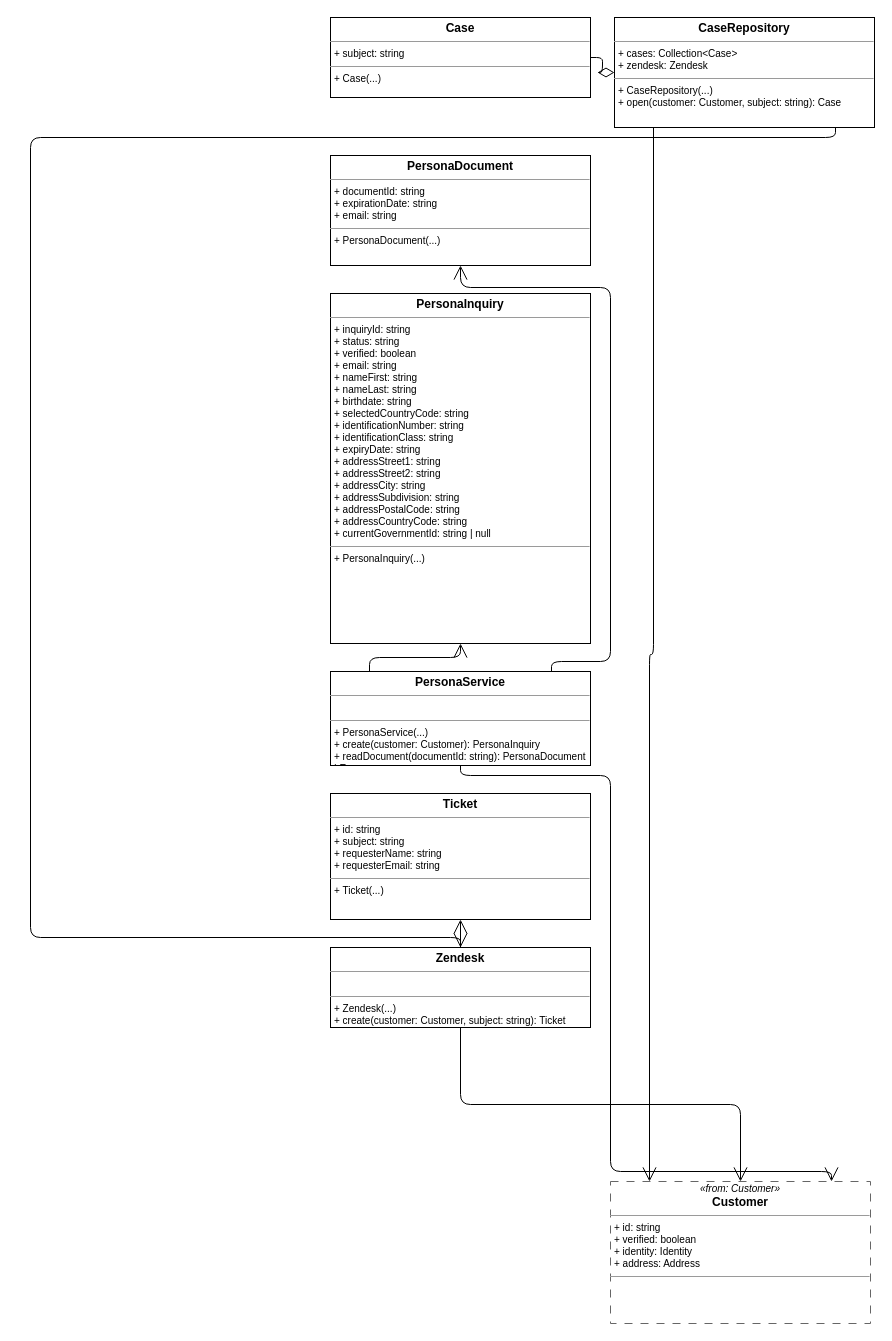
Above: practices/clean_engineering/model/.examples/actual/from-drawio/to-drawio/care/care.drawio in abd-works/abd-context-driven-delivery (draw.io), before the change. Source tidied: cells renumbered, new cells numbered last; positions are measured from the earlier drawing's top-left corner, leaving out a move shared by most shapes. Both pictures are drawn from the tidied source at 100%, with x=0, y=0 at pixel (30, 17).
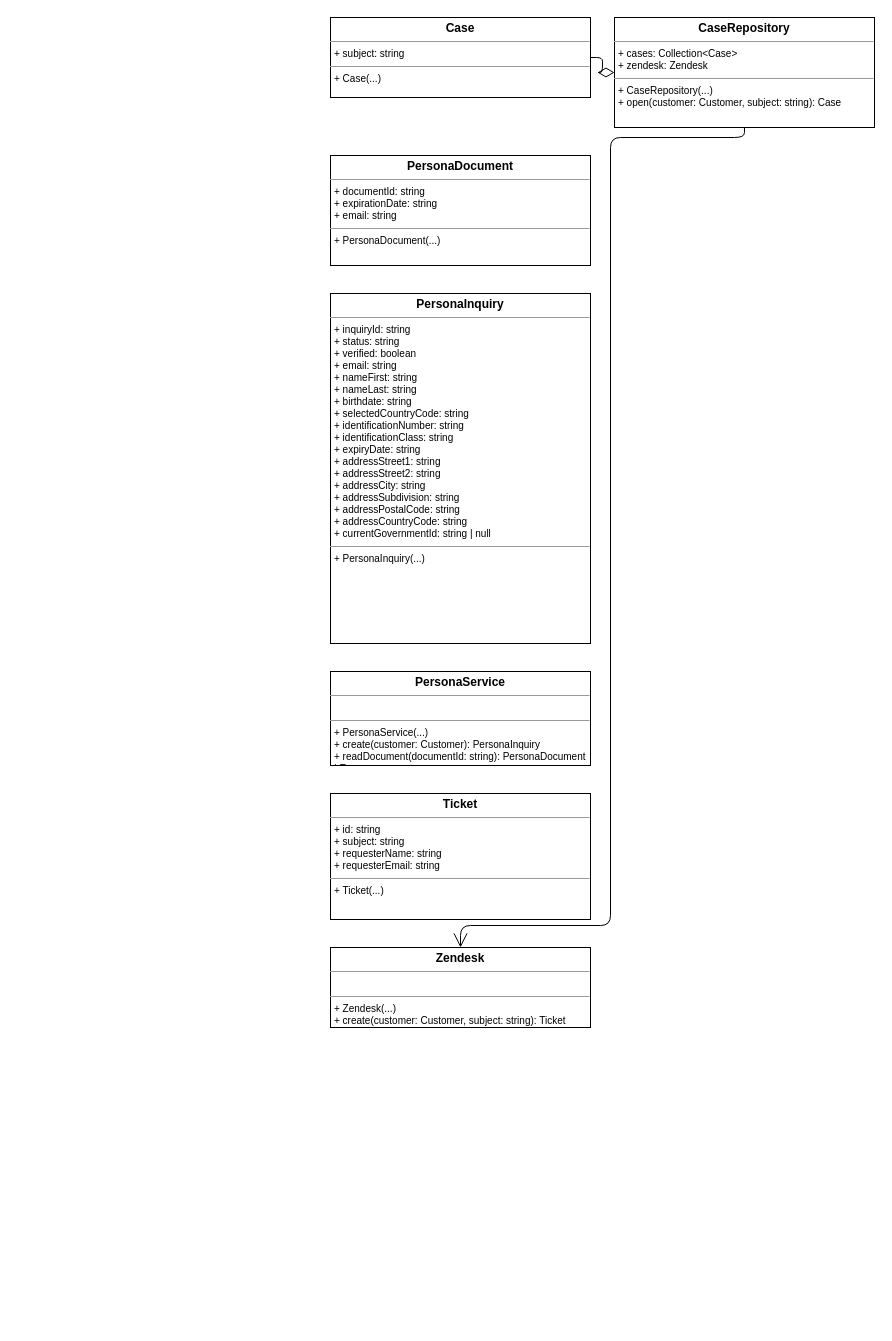
After the change.

The change refers to these unchanged cells:
```xml
<mxCell id="4" value="&lt;p style=&quot;margin:0px;margin-top:4px;text-align:center;&quot;&gt;&lt;b&gt;CaseRepository&lt;/b&gt;&lt;/p&gt;&lt;hr size=&quot;1&quot;/&gt;&lt;p style=&quot;margin:0px;margin-left:4px;font-size:10px;&quot;&gt;+ cases: Collection&amp;lt;Case&amp;gt;&lt;br/&gt;+ zendesk: Zendesk&lt;br/&gt;&lt;/p&gt;&lt;hr size=&quot;1&quot;/&gt;&lt;p style=&quot;margin:0px;margin-left:4px;font-size:10px;&quot;&gt;+ CaseRepository(...)&lt;br/&gt;+ open(customer: Customer, subject: string): Case&lt;br/&gt;&lt;/p&gt;" style="verticalAlign=top;align=left;overflow=fill;fontSize=12;fontFamily=Helvetica;html=1;whiteSpace=wrap;" parent="1" vertex="1">
  <mxGeometry x="584" width="260" height="110" as="geometry" />
</mxCell>
<mxCell id="5" value="&lt;p style=&quot;margin:0px;margin-top:4px;text-align:center;&quot;&gt;&lt;b&gt;Ticket&lt;/b&gt;&lt;/p&gt;&lt;hr size=&quot;1&quot;/&gt;&lt;p style=&quot;margin:0px;margin-left:4px;font-size:10px;&quot;&gt;+ id: string&lt;br/&gt;+ subject: string&lt;br/&gt;+ requesterName: string&lt;br/&gt;+ requesterEmail: string&lt;br/&gt;&lt;/p&gt;&lt;hr size=&quot;1&quot;/&gt;&lt;p style=&quot;margin:0px;margin-left:4px;font-size:10px;&quot;&gt;+ Ticket(...)&lt;br/&gt;&lt;/p&gt;" style="verticalAlign=top;align=left;overflow=fill;fontSize=12;fontFamily=Helvetica;html=1;whiteSpace=wrap;" parent="1" vertex="1">
  <mxGeometry x="300" y="776" width="260" height="126" as="geometry" />
</mxCell>
<mxCell id="6" value="&lt;p style=&quot;margin:0px;margin-top:4px;text-align:center;&quot;&gt;&lt;b&gt;Zendesk&lt;/b&gt;&lt;/p&gt;&lt;hr size=&quot;1&quot;/&gt;&lt;p style=&quot;margin:0px;margin-left:4px;font-size:10px;&quot;&gt;&lt;br/&gt;&lt;/p&gt;&lt;hr size=&quot;1&quot;/&gt;&lt;p style=&quot;margin:0px;margin-left:4px;font-size:10px;&quot;&gt;+ Zendesk(...)&lt;br/&gt;+ create(customer: Customer, subject: string): Ticket&lt;br/&gt;&lt;/p&gt;" style="verticalAlign=top;align=left;overflow=fill;fontSize=12;fontFamily=Helvetica;html=1;whiteSpace=wrap;" parent="1" vertex="1">
  <mxGeometry x="300" y="930" width="260" height="80" as="geometry" />
</mxCell>
<mxCell id="7" value="&lt;p style=&quot;margin:0px;margin-top:4px;text-align:center;&quot;&gt;&lt;b&gt;PersonaInquiry&lt;/b&gt;&lt;/p&gt;&lt;hr size=&quot;1&quot;/&gt;&lt;p style=&quot;margin:0px;margin-left:4px;font-size:10px;&quot;&gt;+ inquiryId: string&lt;br/&gt;+ status: string&lt;br/&gt;+ verified: boolean&lt;br/&gt;+ email: string&lt;br/&gt;+ nameFirst: string&lt;br/&gt;+ nameLast: string&lt;br/&gt;+ birthdate: string&lt;br/&gt;+ selectedCountryCode: string&lt;br/&gt;+ identificationNumber: string&lt;br/&gt;+ identificationClass: string&lt;br/&gt;+ expiryDate: string&lt;br/&gt;+ addressStreet1: string&lt;br/&gt;+ addressStreet2: string&lt;br/&gt;+ addressCity: string&lt;br/&gt;+ addressSubdivision: string&lt;br/&gt;+ addressPostalCode: string&lt;br/&gt;+ addressCountryCode: string&lt;br/&gt;+ currentGovernmentId: string | null&lt;br/&gt;&lt;/p&gt;&lt;hr size=&quot;1&quot;/&gt;&lt;p style=&quot;margin:0px;margin-left:4px;font-size:10px;&quot;&gt;+ PersonaInquiry(...)&lt;br/&gt;&lt;/p&gt;" style="verticalAlign=top;align=left;overflow=fill;fontSize=12;fontFamily=Helvetica;html=1;whiteSpace=wrap;" parent="1" vertex="1">
  <mxGeometry x="300" y="276" width="260" height="350" as="geometry" />
</mxCell>
<mxCell id="8" value="&lt;p style=&quot;margin:0px;margin-top:4px;text-align:center;&quot;&gt;&lt;b&gt;PersonaDocument&lt;/b&gt;&lt;/p&gt;&lt;hr size=&quot;1&quot;/&gt;&lt;p style=&quot;margin:0px;margin-left:4px;font-size:10px;&quot;&gt;+ documentId: string&lt;br/&gt;+ expirationDate: string&lt;br/&gt;+ email: string&lt;br/&gt;&lt;/p&gt;&lt;hr size=&quot;1&quot;/&gt;&lt;p style=&quot;margin:0px;margin-left:4px;font-size:10px;&quot;&gt;+ PersonaDocument(...)&lt;br/&gt;&lt;/p&gt;" style="verticalAlign=top;align=left;overflow=fill;fontSize=12;fontFamily=Helvetica;html=1;whiteSpace=wrap;" parent="1" vertex="1">
  <mxGeometry x="300" y="138" width="260" height="110" as="geometry" />
</mxCell>
<mxCell id="9" value="&lt;p style=&quot;margin:0px;margin-top:4px;text-align:center;&quot;&gt;&lt;b&gt;PersonaService&lt;/b&gt;&lt;/p&gt;&lt;hr size=&quot;1&quot;/&gt;&lt;p style=&quot;margin:0px;margin-left:4px;font-size:10px;&quot;&gt;&lt;br/&gt;&lt;/p&gt;&lt;hr size=&quot;1&quot;/&gt;&lt;p style=&quot;margin:0px;margin-left:4px;font-size:10px;&quot;&gt;+ PersonaService(...)&lt;br/&gt;+ create(customer: Customer): PersonaInquiry&lt;br/&gt;+ readDocument(documentId: string): PersonaDocument | Error&lt;br/&gt;&lt;/p&gt;" style="verticalAlign=top;align=left;overflow=fill;fontSize=12;fontFamily=Helvetica;html=1;whiteSpace=wrap;" parent="1" vertex="1">
  <mxGeometry x="300" y="654" width="260" height="94" as="geometry" />
</mxCell>
```

Change to the diagram source:
```diff
@@
-    <mxCell id="2" value="&lt;p style=&quot;margin:0px;margin-top:2px;text-align:center;font-size:10px;&quot;&gt;&lt;i&gt;«from: Customer»&lt;/i&gt;&lt;/p&gt;&lt;p style=&quot;margin:0px;text-align:center;&quot;&gt;&lt;b&gt;Customer&lt;/b&gt;&lt;/p&gt;&lt;hr size=&quot;1&quot;/&gt;&lt;p style=&quot;margin:0px;margin-left:4px;font-size:10px;&quot;&gt;+ id: string&lt;br/&gt;+ verified: boolean&lt;br/&gt;+ identity: Identity&lt;br/&gt;+ address: Address&lt;br/&gt;&lt;/p&gt;&lt;hr size=&quot;1&quot;/&gt;&lt;p style=&quot;margin:0px;margin-left:4px;font-size:10px;&quot;&gt;&lt;br/&gt;&lt;/p&gt;" style="verticalAlign=top;align=left;overflow=fill;fontSize=12;fontFamily=Helvetica;html=1;whiteSpace=wrap;dashed=1;dashPattern=8 8;strokeColor=#666666;" parent="1" vertex="1">
-      <mxGeometry x="580" y="1164" width="260" height="142" as="geometry" />
-    </mxCell>
@@
-    <mxCell id="11" style="edgeStyle=orthogonalEdgeStyle;rounded=1;endArrow=open;endSize=12;html=1;exitX=0.5;exitY=0.0;exitDx=0;exitDy=0;entryX=0.5;entryY=1.0;entryDx=0;entryDy=0;" parent="1" edge="1" source="6" target="5">
-      <mxGeometry relative="1" as="geometry" />
+    <mxCell id="11" style="edgeStyle=orthogonalEdgeStyle;rounded=1;endArrow=open;endSize=12;html=1;exitX=0.5;exitY=1.0;exitDx=0;exitDy=0;entryX=0.5;entryY=0.0;entryDx=0;entryDy=0;" parent="1" edge="1" source="4" target="6">
+      <mxGeometry relative="1" as="geometry">
+        <Array as="points">
+          <mxPoint x="714" y="120" />
+          <mxPoint x="580" y="120" />
+          <mxPoint x="580" y="908" />
+          <mxPoint x="430" y="908" />
+        </Array>
+      </mxGeometry>
     </mxCell>
-    <mxCell id="12" style="edgeStyle=orthogonalEdgeStyle;rounded=1;endArrow=open;endSize=12;html=1;exitX=0.15;exitY=0.0;exitDx=0;exitDy=0;entryX=0.5;entryY=1.0;entryDx=0;entryDy=0;" parent="1" edge="1" source="9" target="7">
-      <mxGeometry relative="1" as="geometry" />
-    </mxCell>
-    <mxCell id="13" style="edgeStyle=orthogonalEdgeStyle;rounded=1;endArrow=open;endSize=12;html=1;exitX=0.85;exitY=0.0;exitDx=0;exitDy=0;entryX=0.5;entryY=1.0;entryDx=0;entryDy=0;" parent="1" edge="1" source="9" target="8">
-      <mxGeometry relative="1" as="geometry">
-        <Array as="points">
-          <mxPoint x="521" y="644" />
-          <mxPoint x="580" y="644" />
-          <mxPoint x="580" y="270" />
-          <mxPoint x="430" y="270" />
-        </Array>
-      </mxGeometry>
-    </mxCell>
-    <mxCell id="14" style="edgeStyle=orthogonalEdgeStyle;rounded=1;endArrow=open;endSize=12;html=1;exitX=0.5;exitY=1.0;exitDx=0;exitDy=0;entryX=0.5;entryY=0.0;entryDx=0;entryDy=0;" parent="1" edge="1" source="6" target="2">
-      <mxGeometry relative="1" as="geometry" />
-    </mxCell>
-    <mxCell id="15" style="edgeStyle=orthogonalEdgeStyle;rounded=1;endArrow=open;endSize=12;html=1;exitX=0.5;exitY=1.0;exitDx=0;exitDy=0;entryX=0.85;entryY=0.0;entryDx=0;entryDy=0;" parent="1" edge="1" source="9" target="2">
-      <mxGeometry relative="1" as="geometry">
-        <Array as="points">
-          <mxPoint x="430" y="758" />
-          <mxPoint x="580" y="758" />
-          <mxPoint x="580" y="1154" />
-          <mxPoint x="801" y="1154" />
-        </Array>
-      </mxGeometry>
-    </mxCell>
-    <mxCell id="16" style="edgeStyle=orthogonalEdgeStyle;rounded=1;endArrow=open;endSize=12;html=1;exitX=0.15;exitY=1.0;exitDx=0;exitDy=0;entryX=0.15;entryY=0.0;entryDx=0;entryDy=0;" parent="1" edge="1" source="4" target="2">
-      <mxGeometry relative="1" as="geometry" />
-    </mxCell>
-    <mxCell id="17" style="edgeStyle=orthogonalEdgeStyle;rounded=1;endArrow=open;endSize=12;html=1;exitX=0.85;exitY=1.0;exitDx=0;exitDy=0;entryX=0.5;entryY=0.0;entryDx=0;entryDy=0;" parent="1" edge="1" source="4" target="6">
-      <mxGeometry relative="1" as="geometry">
-        <Array as="points">
-          <mxPoint x="805" y="120" />
-          <mxPoint y="120" />
-          <mxPoint y="920" />
-          <mxPoint x="430" y="920" />
-        </Array>
-      </mxGeometry>
-    </mxCell>
```
